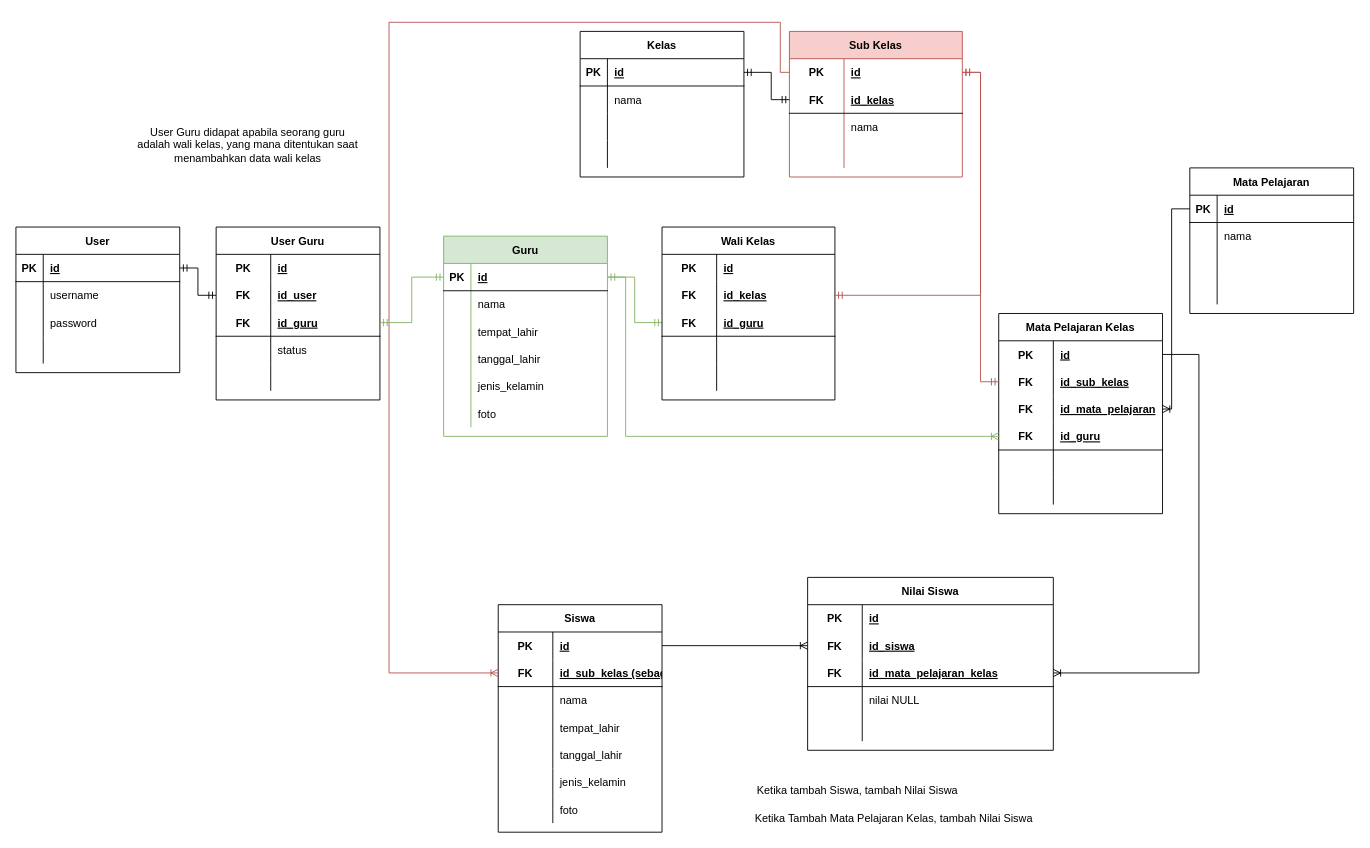
Earlier version of the draw.io diagram page "Master" (1 of 2) of db/Database Schema.drawio (yafizh/e-rapot). Source tidied: cells renumbered, new cells numbered last; positions are measured from the earlier drawing's top-left corner, leaving out a move shared by most shapes. Both pictures are drawn from the tidied source at 91%, with x=0, y=0 at pixel (15, 22).
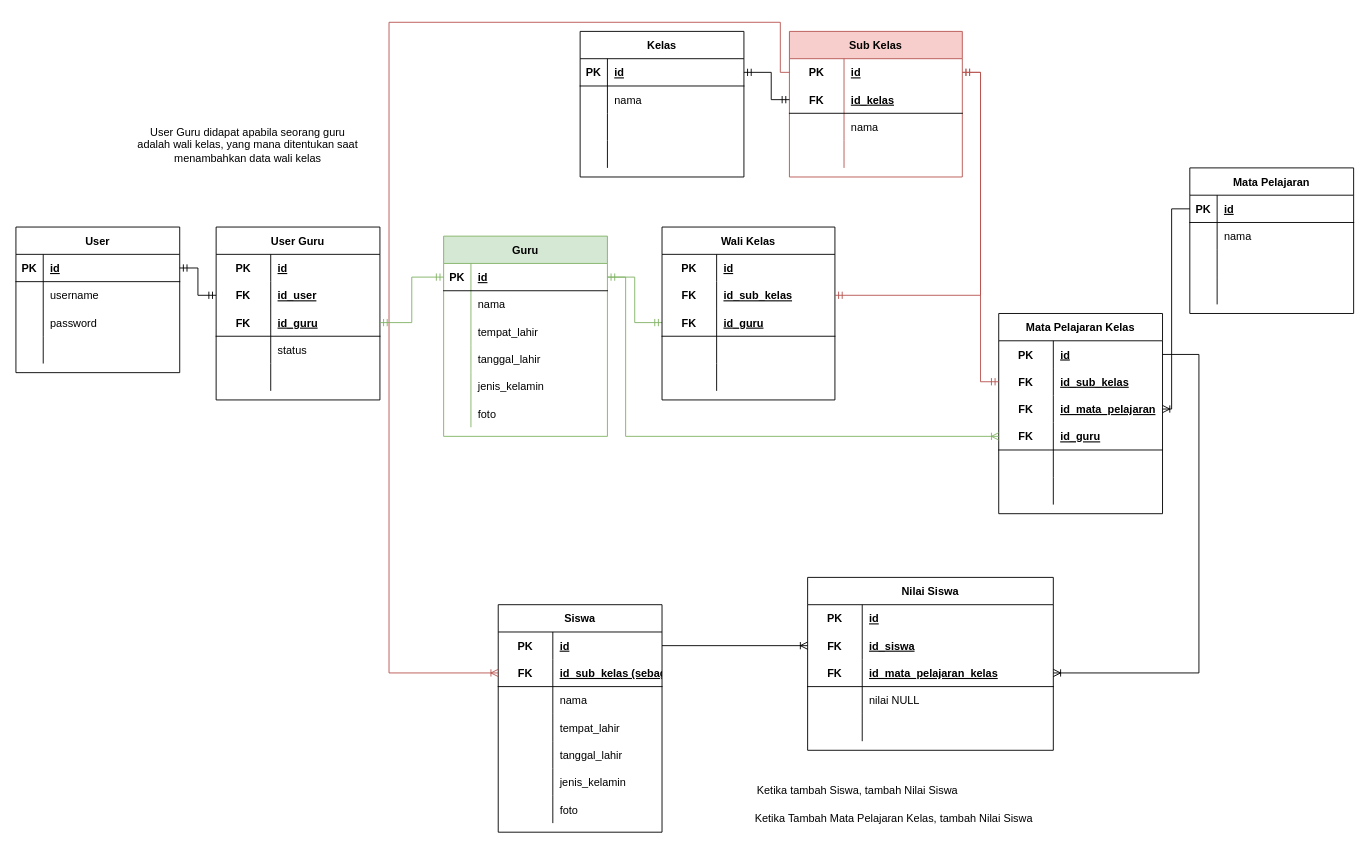
The same page after the edit.

Commit message (it also covers changes not shown here):
update database schema

The change refers to these unchanged cells:
```xml
<mxCell id="163" style="shape=tableRow;horizontal=0;startSize=0;swimlaneHead=0;swimlaneBody=0;fillColor=none;points=[[0,0.5],[1,0.5]];portConstraint=eastwest;top=0;left=0;right=0;bottom=0;" parent="159" vertex="1">
  <mxGeometry y="60" width="190" height="30" as="geometry" />
</mxCell>
```

The edit, as a diff of the source:
```diff
@@
-    <mxCell id="165" value="id_kelas" style="shape=partialRectangle;fillColor=none;top=0;left=0;bottom=0;right=0;align=left;spacingLeft=6;fontStyle=5;overflow=hidden;" parent="163" vertex="1">
+    <mxCell id="165" value="id_sub_kelas" style="shape=partialRectangle;fillColor=none;top=0;left=0;bottom=0;right=0;align=left;spacingLeft=6;fontStyle=5;overflow=hidden;" parent="163" vertex="1">
       <mxGeometry x="60" width="130" height="30" as="geometry" />
     </mxCell>
```
